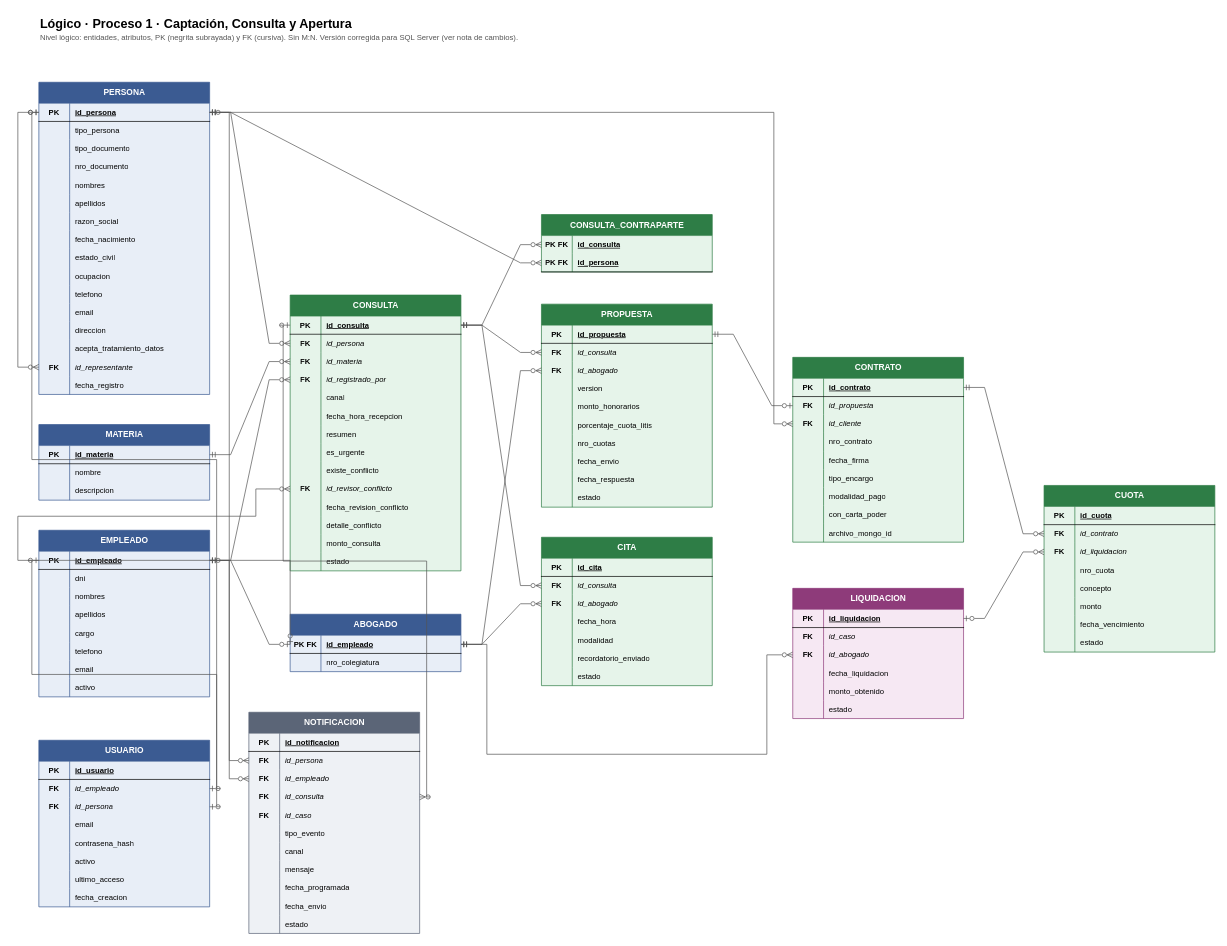
alexandra585/Proyecto_Estudio_Juridico keeps this draw.io diagram as page "Lógico · Proceso 1 · Captación, Consulta y Apertura" (2 of 4) of 3_DER/2_Logico_CrowsFoot_SQLServer_v36.drawio. Above is the earlier version. Source tidied: cells renumbered, new cells numbered last; positions are measured from the earlier drawing's top-left corner, leaving out a move shared by most shapes. Both pictures are drawn from the tidied source at 70%, with x=0, y=0 at pixel (18, 12).
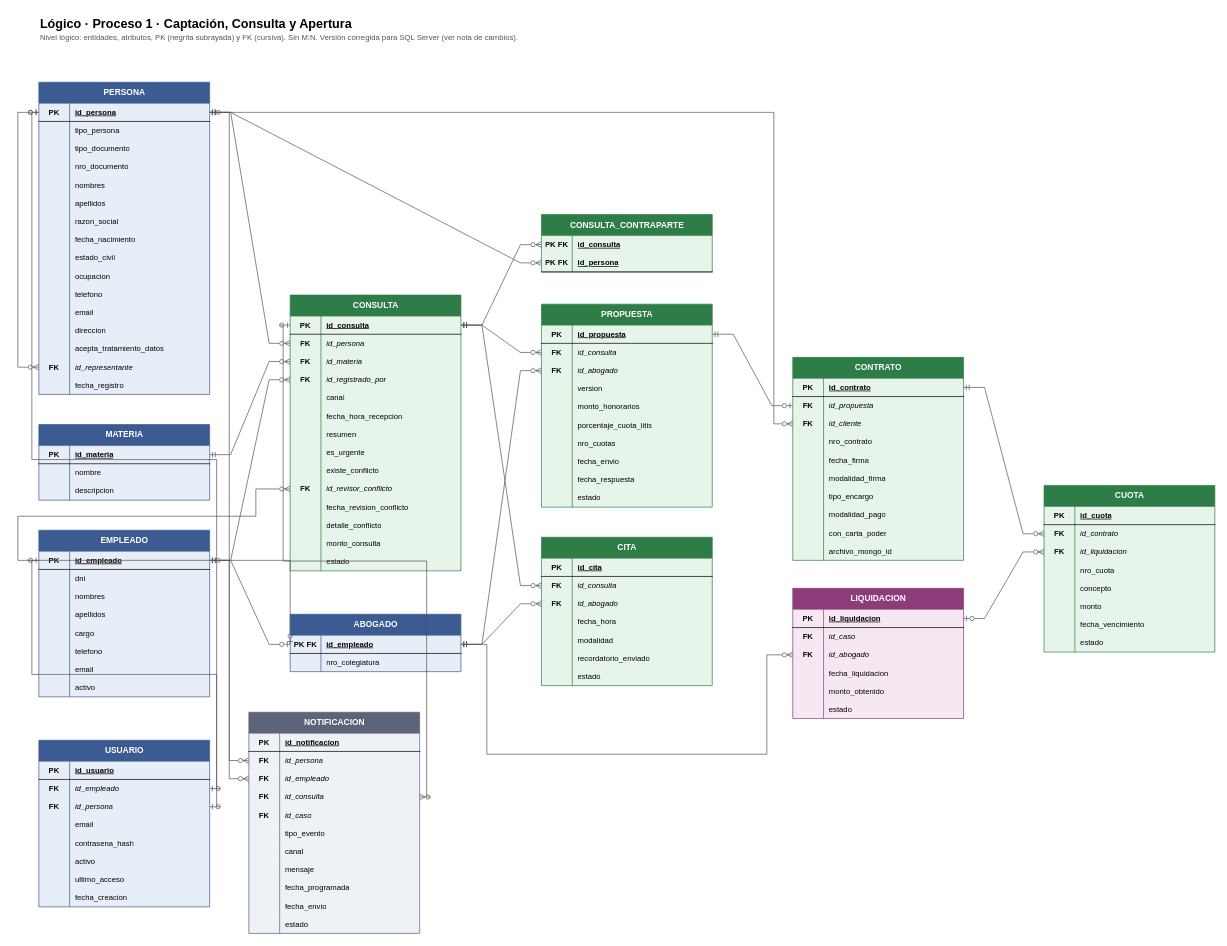
The same page after the edit.

Change to the diagram source:
```diff
@@
     <mxCell id="190" value="CONTRATO" style="shape=table;startSize=30;childLayout=tableLayout;rowLines=0;fontStyle=1;align=center;html=1;fillColor=#2E7D46;fontColor=#FFFFFF;strokeColor=#2E7D46;swimlaneFillColor=#E6F4EA;fontSize=12;" parent="1" vertex="1">
-      <mxGeometry x="1107" y="493" width="244" height="264" as="geometry" />
+      <mxGeometry x="1107" y="493" width="244" height="290" as="geometry" />
     </mxCell>
@@
+    <mxCell id="350" style="shape=tableRow;horizontal=0;startSize=0;swimlaneHead=0;swimlaneBody=0;fillColor=none;top=0;left=0;right=0;bottom=0;" parent="190" vertex="1">
+      <mxGeometry y="160" width="244" height="26" as="geometry" />
+    </mxCell>
+    <mxCell id="351" style="shape=partialRectangle;fillColor=none;top=0;left=0;bottom=0;right=0;overflow=hidden;whiteSpace=wrap;html=1;fontSize=11;fontStyle=1;align=center;" parent="350" vertex="1">
+      <mxGeometry width="44" height="26" as="geometry" />
+    </mxCell>
+    <mxCell id="352" value="modalidad_firma" style="shape=partialRectangle;fillColor=none;top=0;left=0;bottom=0;right=0;overflow=hidden;whiteSpace=wrap;html=1;fontSize=11;align=left;spacingLeft=6;fontStyle=0;" parent="350" vertex="1">
+      <mxGeometry x="44" width="200" height="26" as="geometry" />
+    </mxCell>
     <mxCell id="206" style="shape=tableRow;horizontal=0;startSize=0;swimlaneHead=0;swimlaneBody=0;fillColor=none;top=0;left=0;right=0;bottom=0;" parent="190" vertex="1">
-      <mxGeometry y="160" width="244" height="26" as="geometry" />
+      <mxGeometry y="186" width="244" height="26" as="geometry" />
     </mxCell>
@@
     <mxCell id="209" style="shape=tableRow;horizontal=0;startSize=0;swimlaneHead=0;swimlaneBody=0;fillColor=none;top=0;left=0;right=0;bottom=0;" parent="190" vertex="1">
-      <mxGeometry y="186" width="244" height="26" as="geometry" />
+      <mxGeometry y="212" width="244" height="26" as="geometry" />
     </mxCell>
@@
     <mxCell id="212" style="shape=tableRow;horizontal=0;startSize=0;swimlaneHead=0;swimlaneBody=0;fillColor=none;top=0;left=0;right=0;bottom=0;" parent="190" vertex="1">
-      <mxGeometry y="212" width="244" height="26" as="geometry" />
+      <mxGeometry y="238" width="244" height="26" as="geometry" />
     </mxCell>
@@
     <mxCell id="215" style="shape=tableRow;horizontal=0;startSize=0;swimlaneHead=0;swimlaneBody=0;fillColor=none;top=0;left=0;right=0;bottom=0;" parent="190" vertex="1">
-      <mxGeometry y="238" width="244" height="26" as="geometry" />
+      <mxGeometry y="264" width="244" height="26" as="geometry" />
     </mxCell>
```
